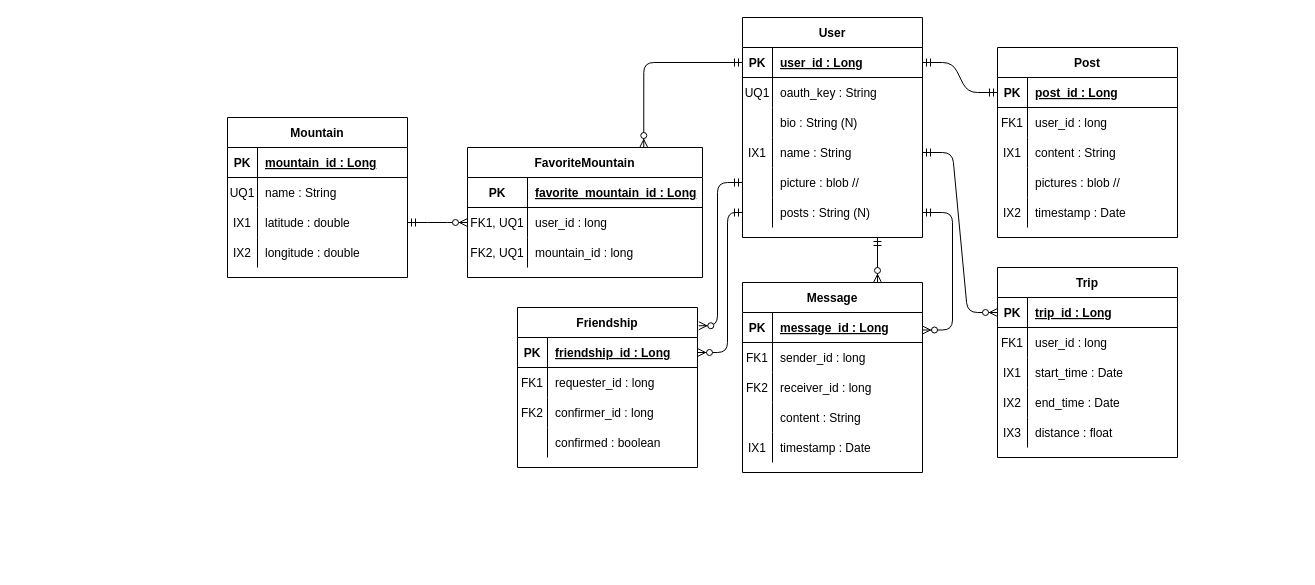
The draw.io diagram docs/work/powdr-erd.drawio in powdr-ddc/powdr-ddc.github.io, before the edit. Source tidied: cells renumbered, new cells numbered last; positions are measured from the earlier drawing's top-left corner, leaving out a move shared by most shapes. Both pictures are drawn from the tidied source at 100%, with x=0, y=0 at pixel (227, 17).
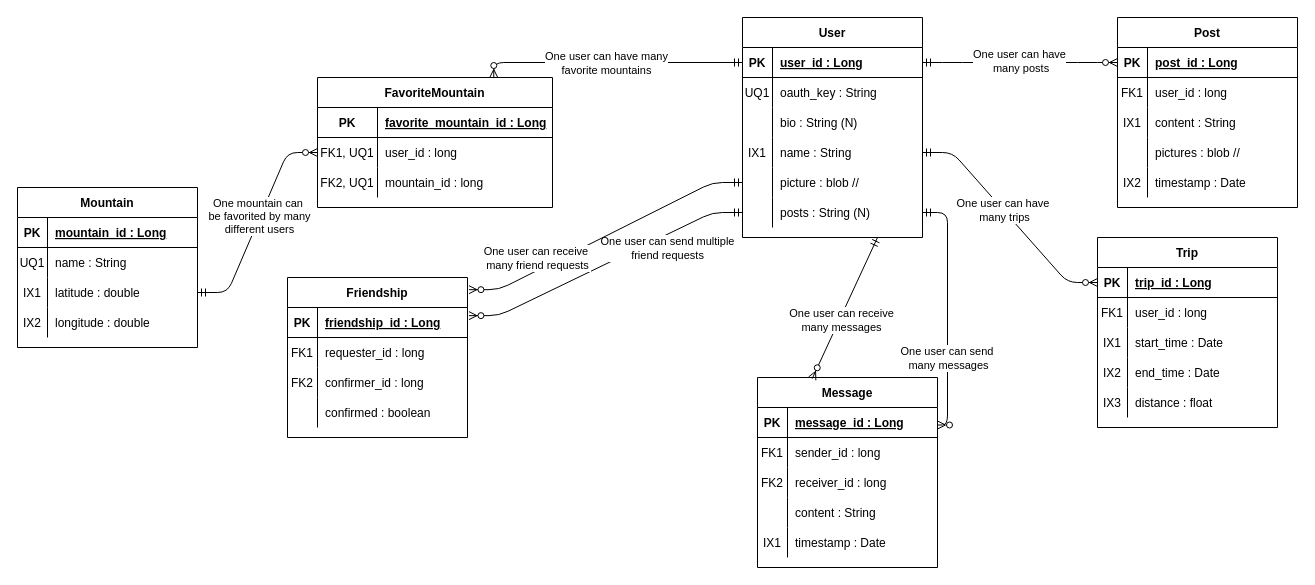
The same diagram, later.

Unchanged cells that the change refers to:
```xml
<mxCell id="3" style="shape=partialRectangle;fillColor=none;top=0;left=0;bottom=1;right=0;points=[[0,0.5],[1,0.5]];portConstraint=eastwest;" parent="2" vertex="1">
  <mxGeometry y="30" width="180" height="30" as="geometry" />
</mxCell>
<mxCell id="20" style="edgeStyle=entityRelationEdgeStyle;fontSize=12;html=1;endArrow=ERzeroToMany;startArrow=ERmandOne;entryX=0;entryY=0.5;entryDx=0;entryDy=0;exitX=1;exitY=0.5;exitDx=0;exitDy=0;endFill=1;" parent="1" edge="1" source="104" target="47">
  <mxGeometry relative="1" as="geometry" />
</mxCell>
<mxCell id="21" style="edgeStyle=entityRelationEdgeStyle;fontSize=12;html=1;endArrow=ERzeroToMany;startArrow=ERmandOne;entryX=0;entryY=0.5;entryDx=0;entryDy=0;exitX=1;exitY=0.5;exitDx=0;exitDy=0;endFill=1;" parent="1" edge="1" source="39" target="26">
  <mxGeometry relative="1" as="geometry" />
</mxCell>
<mxCell id="45" style="fontSize=12;html=1;endArrow=ERzeroToMany;startArrow=ERmandOne;exitX=0;exitY=0.5;exitDx=0;exitDy=0;entryX=0.75;entryY=0;entryDx=0;entryDy=0;endFill=1;edgeStyle=orthogonalEdgeStyle;" parent="1" edge="1" source="95" target="22">
  <mxGeometry relative="1" as="geometry" />
</mxCell>
<mxCell id="79" style="shape=partialRectangle;fillColor=none;top=0;left=0;bottom=1;right=0;points=[[0,0.5],[1,0.5]];portConstraint=eastwest;" parent="78" vertex="1">
  <mxGeometry y="30" width="180" height="30" as="geometry" />
</mxCell>
<mxCell id="94" value="User" style="shape=table;startSize=30;childLayout=tableLayout;rowLines=0;fontStyle=1;align=center;" parent="1" vertex="1">
  <mxGeometry x="515" width="180" height="220" as="geometry" />
</mxCell>
<mxCell id="95" style="shape=partialRectangle;fillColor=none;top=0;left=0;bottom=1;right=0;points=[[0,0.5],[1,0.5]];portConstraint=eastwest;" parent="94" vertex="1">
  <mxGeometry y="30" width="180" height="30" as="geometry" />
</mxCell>
<mxCell id="107" style="shape=partialRectangle;fillColor=none;top=0;left=0;bottom=0;right=0;points=[[0,0.5],[1,0.5]];portConstraint=eastwest;" parent="94" vertex="1">
  <mxGeometry y="150" width="180" height="30" as="geometry" />
</mxCell>
<mxCell id="110" style="shape=partialRectangle;fillColor=none;top=0;left=0;bottom=0;right=0;points=[[0,0.5],[1,0.5]];portConstraint=eastwest;" parent="94" vertex="1">
  <mxGeometry y="180" width="180" height="30" as="geometry" />
</mxCell>
```

Change to the diagram source:
```diff
@@
     <mxCell id="2" value="Post" style="shape=table;startSize=30;childLayout=tableLayout;rowLines=0;fontStyle=1;align=center;" parent="1" vertex="1">
-      <mxGeometry x="770" y="30" width="180" height="190" as="geometry" />
+      <mxGeometry x="890" width="180" height="190" as="geometry" />
     </mxCell>
@@
-    <mxCell id="18" style="edgeStyle=entityRelationEdgeStyle;fontSize=12;html=1;endArrow=ERzeroToMany;startArrow=ERmandOne;exitX=1;exitY=0.5;exitDx=0;exitDy=0;entryX=1;entryY=0.25;entryDx=0;entryDy=0;" parent="1" edge="1" source="110" target="62">
+    <mxCell id="18" style="edgeStyle=orthogonalEdgeStyle;fontSize=12;html=1;endArrow=ERzeroToMany;startArrow=ERmandOne;exitX=1;exitY=0.5;exitDx=0;exitDy=0;entryX=1;entryY=0.25;entryDx=0;entryDy=0;" parent="1" edge="1" source="110" target="62">
       <mxGeometry relative="1" as="geometry" />
     </mxCell>
+    <mxCell id="113" value="One user can send&amp;nbsp;&lt;br&gt;many messages" style="edgeLabel;html=1;align=center;verticalAlign=middle;" parent="18" vertex="1">
+      <mxGeometry x="0.37" relative="1" as="geometry" />
+    </mxCell>
-    <mxCell id="19" style="edgeStyle=entityRelationEdgeStyle;fontSize=12;html=1;endArrow=ERmandOne;startArrow=ERmandOne;exitX=1;exitY=0.5;exitDx=0;exitDy=0;entryX=0;entryY=0.5;entryDx=0;entryDy=0;" parent="1" edge="1" source="95" target="3">
+    <mxCell id="19" style="edgeStyle=entityRelationEdgeStyle;fontSize=12;html=1;endArrow=ERzeroToMany;startArrow=ERmandOne;exitX=1;exitY=0.5;exitDx=0;exitDy=0;entryX=0;entryY=0.5;entryDx=0;entryDy=0;endFill=1;" parent="1" edge="1" source="95" target="3">
       <mxGeometry relative="1" as="geometry" />
     </mxCell>
+    <mxCell id="114" value="One user can have&lt;br&gt;&amp;nbsp;many posts" style="edgeLabel;html=1;align=center;verticalAlign=middle;" parent="19" vertex="1">
+      <mxGeometry x="-0.02" y="2" relative="1" as="geometry" />
+    </mxCell>
@@
+    <mxCell id="115" value="One user can have&amp;nbsp;&lt;br&gt;many trips" style="edgeLabel;html=1;align=center;verticalAlign=middle;" parent="20" vertex="1">
+      <mxGeometry x="-0.08" relative="1" as="geometry" />
+    </mxCell>
@@
+    <mxCell id="116" value="One mountain can&amp;nbsp;&lt;br&gt;be favorited by many&lt;br&gt;different users" style="edgeLabel;html=1;align=center;verticalAlign=middle;" parent="21" vertex="1">
+      <mxGeometry x="0.06" y="1" relative="1" as="geometry" />
+    </mxCell>
     <mxCell id="22" value="FavoriteMountain" style="shape=table;startSize=30;childLayout=tableLayout;rowLines=0;fontStyle=1;align=center;" parent="1" vertex="1">
-      <mxGeometry x="240" y="130" width="235" height="130" as="geometry" />
+      <mxGeometry x="90" y="60" width="235" height="130" as="geometry" />
     </mxCell>
@@
     <mxCell id="32" value="Mountain" style="shape=table;startSize=30;childLayout=tableLayout;rowLines=0;fontStyle=1;align=center;" parent="1" vertex="1">
-      <mxGeometry y="100" width="180" height="160" as="geometry" />
+      <mxGeometry x="-210" y="170" width="180" height="160" as="geometry" />
     </mxCell>
@@
+    <mxCell id="117" value="One user can have many &lt;br&gt;favorite mountains" style="edgeLabel;html=1;align=center;verticalAlign=middle;" parent="45" vertex="1">
+      <mxGeometry x="0.04" relative="1" as="geometry" />
+    </mxCell>
     <mxCell id="46" value="Trip" style="shape=table;startSize=30;childLayout=tableLayout;rowLines=0;fontStyle=1;align=center;" parent="1" vertex="1">
-      <mxGeometry x="770" y="250" width="180" height="190" as="geometry" />
+      <mxGeometry x="870" y="220" width="180" height="190" as="geometry" />
     </mxCell>
@@
     <mxCell id="62" value="Message" style="shape=table;startSize=30;childLayout=tableLayout;rowLines=0;fontStyle=1;align=center;" parent="1" vertex="1">
-      <mxGeometry x="515" y="265" width="180" height="190" as="geometry" />
+      <mxGeometry x="530" y="360" width="180" height="190" as="geometry" />
     </mxCell>
@@
     <mxCell id="78" value="Friendship" style="shape=table;startSize=30;childLayout=tableLayout;rowLines=0;fontStyle=1;align=center;" parent="1" vertex="1">
-      <mxGeometry x="290" y="290" width="180" height="160" as="geometry" />
+      <mxGeometry x="60" y="260" width="180" height="160" as="geometry" />
     </mxCell>
@@
-    <mxCell id="91" style="edgeStyle=elbowEdgeStyle;fontSize=12;html=1;endArrow=ERmandOne;startArrow=ERzeroToMany;entryX=0;entryY=0.5;entryDx=0;entryDy=0;exitX=1;exitY=0.5;exitDx=0;exitDy=0;startFill=1;" parent="1" edge="1" source="79" target="110">
-      <mxGeometry relative="1" as="geometry">
-        <Array as="points">
-          <mxPoint x="500" y="310" />
-        </Array>
-      </mxGeometry>
+    <mxCell id="91" style="edgeStyle=entityRelationEdgeStyle;fontSize=12;html=1;endArrow=ERmandOne;startArrow=ERzeroToMany;entryX=0;entryY=0.5;entryDx=0;entryDy=0;startFill=1;exitX=1.008;exitY=0.271;exitDx=0;exitDy=0;exitPerimeter=0;" parent="1" edge="1" source="79" target="110">
+      <mxGeometry relative="1" as="geometry" />
     </mxCell>
+    <mxCell id="118" value="One user can send multiple&lt;br&gt;friend requests" style="edgeLabel;html=1;align=center;verticalAlign=middle;" parent="91" vertex="1">
+      <mxGeometry x="0.55" y="1" relative="1" as="geometry">
+        <mxPoint x="-11.6" y="20" as="offset" />
+      </mxGeometry>
+    </mxCell>
-    <mxCell id="92" style="edgeStyle=elbowEdgeStyle;fontSize=12;html=1;endArrow=ERmandOne;startArrow=ERzeroToMany;entryX=0;entryY=0.5;entryDx=0;entryDy=0;exitX=1.007;exitY=0.114;exitDx=0;exitDy=0;startFill=1;exitPerimeter=0;" parent="1" edge="1" source="78" target="107">
-      <mxGeometry relative="1" as="geometry">
-        <Array as="points">
-          <mxPoint x="490" y="230" />
-        </Array>
-      </mxGeometry>
+    <mxCell id="92" style="fontSize=12;html=1;endArrow=ERmandOne;startArrow=ERzeroToMany;entryX=0;entryY=0.5;entryDx=0;entryDy=0;startFill=1;edgeStyle=entityRelationEdgeStyle;exitX=1.008;exitY=0.076;exitDx=0;exitDy=0;exitPerimeter=0;" parent="1" edge="1" source="78" target="107">
+      <mxGeometry relative="1" as="geometry" />
     </mxCell>
+    <mxCell id="119" value="One user can receive&amp;nbsp;&lt;br&gt;many friend requests" style="edgeLabel;html=1;align=center;verticalAlign=middle;" parent="92" vertex="1">
+      <mxGeometry x="-0.21" y="-1" relative="1" as="geometry">
+        <mxPoint x="-41.3" y="6.8" as="offset" />
+      </mxGeometry>
+    </mxCell>
-    <mxCell id="93" style="fontSize=12;html=1;endArrow=ERzeroToMany;startArrow=ERmandOne;exitX=0.75;exitY=1;exitDx=0;exitDy=0;entryX=0.75;entryY=0;entryDx=0;entryDy=0;" parent="1" edge="1" source="94" target="62">
+    <mxCell id="93" style="fontSize=12;html=1;endArrow=ERzeroToMany;startArrow=ERmandOne;exitX=0.75;exitY=1;exitDx=0;exitDy=0;entryX=0.304;entryY=0.006;entryDx=0;entryDy=0;entryPerimeter=0;" parent="1" edge="1" source="94" target="62">
       <mxGeometry relative="1" as="geometry" />
     </mxCell>
+    <mxCell id="120" value="One user can receive&lt;br&gt;many messages" style="edgeLabel;html=1;align=center;verticalAlign=middle;" parent="93" vertex="1">
+      <mxGeometry x="0.16" y="1" relative="1" as="geometry" />
+    </mxCell>
```
